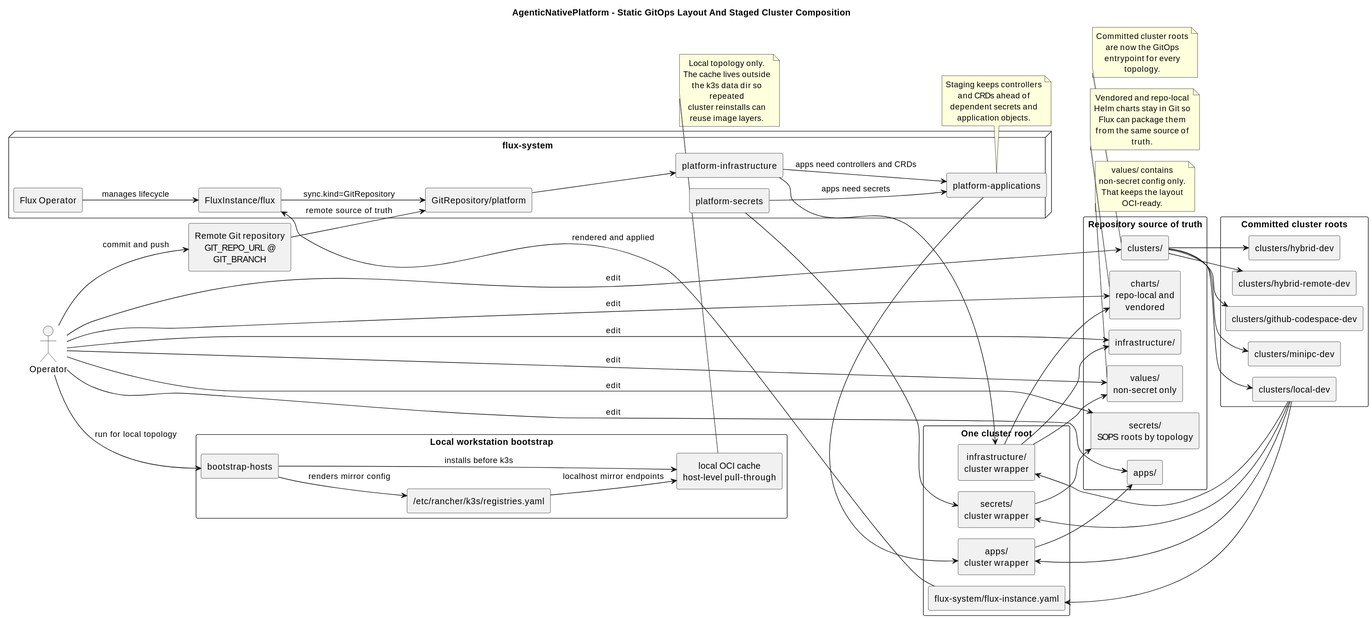
Before: .assets/architecture-current-profiles.svg, a diagram exported from PlantUML (Shkirmantsev/AgenticNativePlatform).
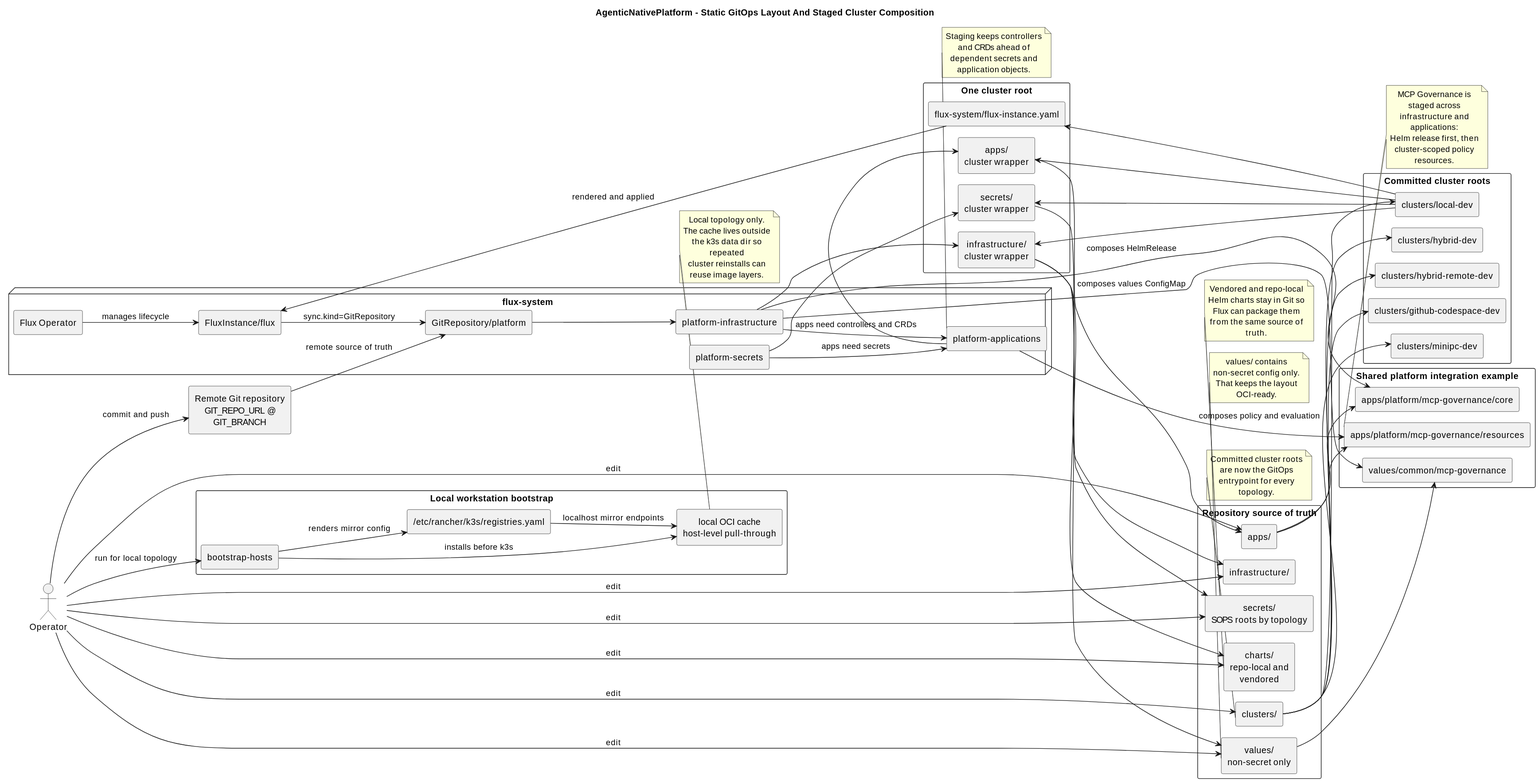
After the commit.

Commit message:
Update architecture information

What changed in the source:
```diff
@@ -20,6 +20,12 @@
   component "charts/\nrepo-local and vendored" as RepoCharts
   component "values/\nnon-secret only" as RepoValues
   component "secrets/\nSOPS roots by topology" as RepoSecrets
+}
+
+package "Shared platform integration example" {
+  component "values/common/mcp-governance" as MCPGValues
+  component "apps/platform/mcp-governance/core" as MCPGCore
+  component "apps/platform/mcp-governance/resources" as MCPGResources
 }
 
 package "Local workstation bootstrap" {
@@ -94,6 +100,12 @@
 ClusterInfrastructure --> RepoValues
 ClusterSecrets --> RepoSecrets
 ClusterApps --> RepoApps
+RepoValues --> MCPGValues
+RepoApps --> MCPGCore
+RepoApps --> MCPGResources
+PlatformInfrastructure --> MCPGValues : composes values ConfigMap
+PlatformInfrastructure --> MCPGCore : composes HelmRelease
+PlatformApplications --> MCPGResources : composes policy and evaluation
 
 note bottom of RepoClusters
 Committed cluster roots are now the GitOps
@@ -115,6 +127,11 @@
 Flux can package them from the same source of truth.
 end note
 
+note bottom of MCPGResources
+MCP Governance is staged across infrastructure and applications:
+Helm release first, then cluster-scoped policy resources.
+end note
+
 note bottom of LocalOciCache
 Local topology only.
 The cache lives outside the k3s data dir so repeated
```
